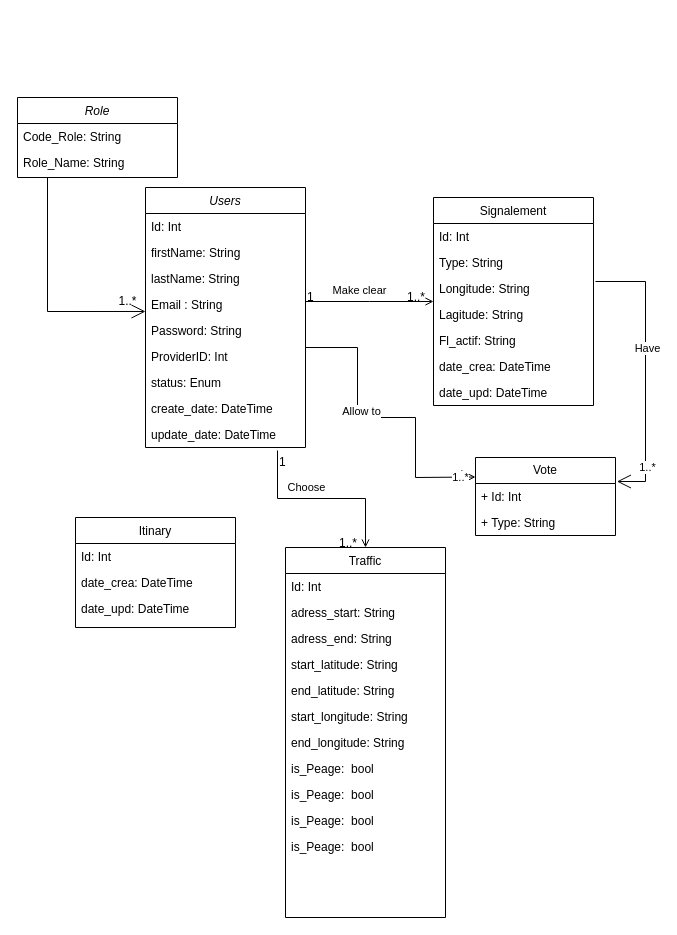
hamza-bely/4proj keeps this draw.io diagram as documentation/file-diagramme-uml/Diagramme sans nom.drawio. Above is the earlier version. Source tidied: cells renumbered, new cells numbered last; positions are measured from the earlier drawing's top-left corner, leaving out a move shared by most shapes. Both pictures are drawn from the tidied source at 100%, with x=0, y=0 at pixel (17, 97).
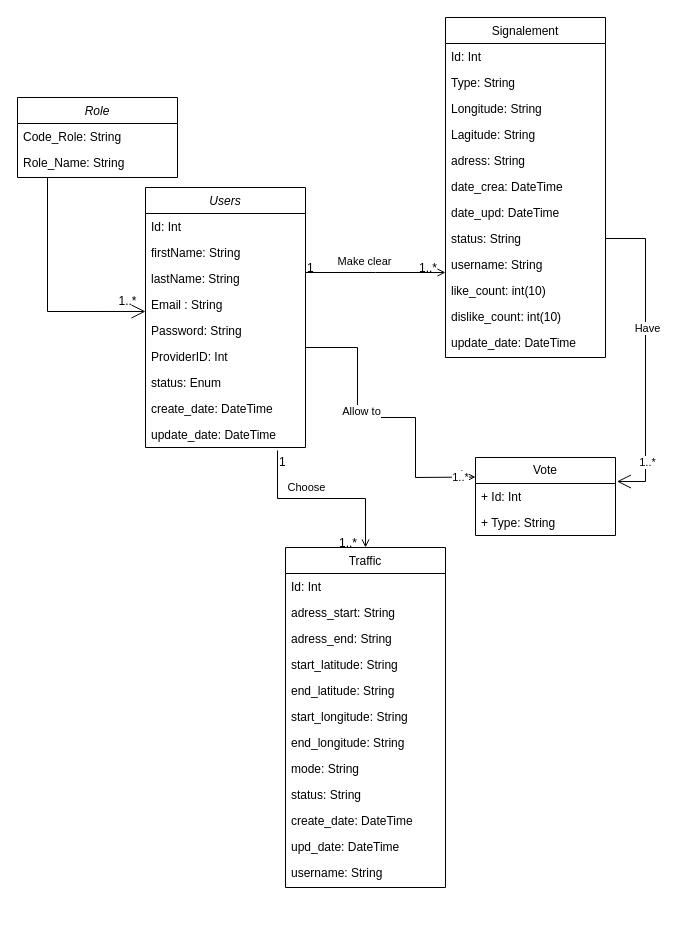
After the change.

Commit message:
modification du diagramme de classe

Unchanged cells that the change refers to:
```xml
<mxCell id="45" value="+ Id: Int" style="text;strokeColor=none;fillColor=none;align=left;verticalAlign=top;spacingLeft=4;spacingRight=4;overflow=hidden;points=[[0,0.5],[1,0.5]];portConstraint=eastwest;whiteSpace=wrap;html=1;" parent="44" vertex="1">
  <mxGeometry y="26" width="140" height="26" as="geometry" />
</mxCell>
```

The edit, as a diff of the source:
```diff
@@
-    <mxCell id="12" value="Itinary" style="swimlane;fontStyle=0;align=center;verticalAlign=top;horizontal=1;startSize=26;rounded=0;shadow=0;strokeWidth=1;" parent="1" vertex="1">
-      <mxGeometry x="58" y="420" width="160" height="110" as="geometry" />
-    </mxCell>
-    <mxCell id="13" value="Id: Int" style="text;align=left;verticalAlign=top;spacingLeft=4;spacingRight=4;overflow=hidden;" parent="12" vertex="1">
-      <mxGeometry y="26" width="160" height="26" as="geometry" />
-    </mxCell>
-    <mxCell id="14" value="date_crea: DateTime" style="text;align=left;verticalAlign=top;spacingLeft=4;spacingRight=4;overflow=hidden;rounded=0;shadow=0;html=0;" parent="12" vertex="1">
-      <mxGeometry y="52" width="160" height="26" as="geometry" />
-    </mxCell>
-    <mxCell id="15" value="date_upd: DateTime" style="text;align=left;verticalAlign=top;spacingLeft=4;spacingRight=4;overflow=hidden;rounded=0;shadow=0;html=0;" parent="12" vertex="1">
-      <mxGeometry y="78" width="160" height="26" as="geometry" />
-    </mxCell>
     <mxCell id="16" value="Traffic" style="swimlane;fontStyle=0;align=center;verticalAlign=top;horizontal=1;startSize=26;rounded=0;shadow=0;strokeWidth=1;" parent="1" vertex="1">
-      <mxGeometry x="268" y="450" width="160" height="370" as="geometry" />
+      <mxGeometry x="268" y="450" width="160" height="340" as="geometry" />
     </mxCell>
@@
-    <mxCell id="24" value="is_Peage:  bool" style="text;align=left;verticalAlign=top;spacingLeft=4;spacingRight=4;overflow=hidden;" parent="16" vertex="1">
+    <mxCell id="24" value="mode: String" style="text;align=left;verticalAlign=top;spacingLeft=4;spacingRight=4;overflow=hidden;" parent="16" vertex="1">
       <mxGeometry y="208" width="160" height="26" as="geometry" />
     </mxCell>
-    <mxCell id="25" value="is_Peage:  bool" style="text;align=left;verticalAlign=top;spacingLeft=4;spacingRight=4;overflow=hidden;" parent="16" vertex="1">
+    <mxCell id="25" value="status: String" style="text;align=left;verticalAlign=top;spacingLeft=4;spacingRight=4;overflow=hidden;" parent="16" vertex="1">
       <mxGeometry y="234" width="160" height="26" as="geometry" />
     </mxCell>
-    <mxCell id="26" value="is_Peage:  bool" style="text;align=left;verticalAlign=top;spacingLeft=4;spacingRight=4;overflow=hidden;" parent="16" vertex="1">
+    <mxCell id="26" value="create_date: DateTime" style="text;align=left;verticalAlign=top;spacingLeft=4;spacingRight=4;overflow=hidden;" parent="16" vertex="1">
       <mxGeometry y="260" width="160" height="26" as="geometry" />
     </mxCell>
-    <mxCell id="27" value="is_Peage:  bool" style="text;align=left;verticalAlign=top;spacingLeft=4;spacingRight=4;overflow=hidden;" parent="16" vertex="1">
+    <mxCell id="27" value="upd_date: DateTime" style="text;align=left;verticalAlign=top;spacingLeft=4;spacingRight=4;overflow=hidden;" parent="16" vertex="1">
       <mxGeometry y="286" width="160" height="26" as="geometry" />
     </mxCell>
+    <mxCell id="58" value="username: String" style="text;align=left;verticalAlign=top;spacingLeft=4;spacingRight=4;overflow=hidden;" parent="16" vertex="1">
+      <mxGeometry y="312" width="160" height="26" as="geometry" />
+    </mxCell>
     <mxCell id="28" value="Signalement" style="swimlane;fontStyle=0;align=center;verticalAlign=top;horizontal=1;startSize=26;rounded=0;shadow=0;strokeWidth=1;" parent="1" vertex="1">
-      <mxGeometry x="416" y="100" width="160" height="208" as="geometry" />
+      <mxGeometry x="428" y="-80" width="160" height="340" as="geometry" />
     </mxCell>
@@
-    <mxCell id="33" value="Fl_actif: String" style="text;align=left;verticalAlign=top;spacingLeft=4;spacingRight=4;overflow=hidden;rounded=0;shadow=0;html=0;" parent="28" vertex="1">
+    <mxCell id="33" value="adress: String" style="text;align=left;verticalAlign=top;spacingLeft=4;spacingRight=4;overflow=hidden;rounded=0;shadow=0;html=0;" parent="28" vertex="1">
       <mxGeometry y="130" width="160" height="26" as="geometry" />
     </mxCell>
@@
+    <mxCell id="59" value="status: String" style="text;align=left;verticalAlign=top;spacingLeft=4;spacingRight=4;overflow=hidden;points=[[0,0.5],[1,0.5]];portConstraint=eastwest;rounded=0;shadow=0;html=0;" parent="28" vertex="1">
+      <mxGeometry y="208" width="160" height="26" as="geometry" />
+    </mxCell>
+    <mxCell id="60" value="username: String" style="text;align=left;verticalAlign=top;spacingLeft=4;spacingRight=4;overflow=hidden;rounded=0;shadow=0;html=0;" parent="28" vertex="1">
+      <mxGeometry y="234" width="160" height="26" as="geometry" />
+    </mxCell>
+    <mxCell id="61" value="like_count: int(10)" style="text;align=left;verticalAlign=top;spacingLeft=4;spacingRight=4;overflow=hidden;rounded=0;shadow=0;html=0;" parent="28" vertex="1">
+      <mxGeometry y="260" width="160" height="26" as="geometry" />
+    </mxCell>
+    <mxCell id="62" value="dislike_count: int(10)" style="text;align=left;verticalAlign=top;spacingLeft=4;spacingRight=4;overflow=hidden;rounded=0;shadow=0;html=0;" parent="28" vertex="1">
+      <mxGeometry y="286" width="160" height="26" as="geometry" />
+    </mxCell>
+    <mxCell id="63" value="update_date: DateTime" style="text;align=left;verticalAlign=top;spacingLeft=4;spacingRight=4;overflow=hidden;rounded=0;shadow=0;html=0;" parent="28" vertex="1">
+      <mxGeometry y="312" width="160" height="26" as="geometry" />
+    </mxCell>
@@
-    <mxCell id="50" style="endArrow=open;endFill=1;endSize=12;html=1;rounded=0;entryX=1.01;entryY=-0.077;entryDx=0;entryDy=0;entryPerimeter=0;" parent="1" edge="1" target="45">
+    <mxCell id="50" style="endArrow=open;endFill=1;endSize=12;html=1;rounded=0;entryX=1.01;entryY=-0.077;entryDx=0;entryDy=0;entryPerimeter=0;exitX=1;exitY=0.5;exitDx=0;exitDy=0;" parent="1" edge="1" source="59" target="45">
       <mxGeometry relative="1" as="geometry">
-        <mxPoint x="578" y="184" as="sourcePoint" />
         <Array as="points">
-          <mxPoint x="628" y="184" />
+          <mxPoint x="628" y="141" />
           <mxPoint x="628" y="384" />
         </Array>
       </mxGeometry>
     </mxCell>
```
